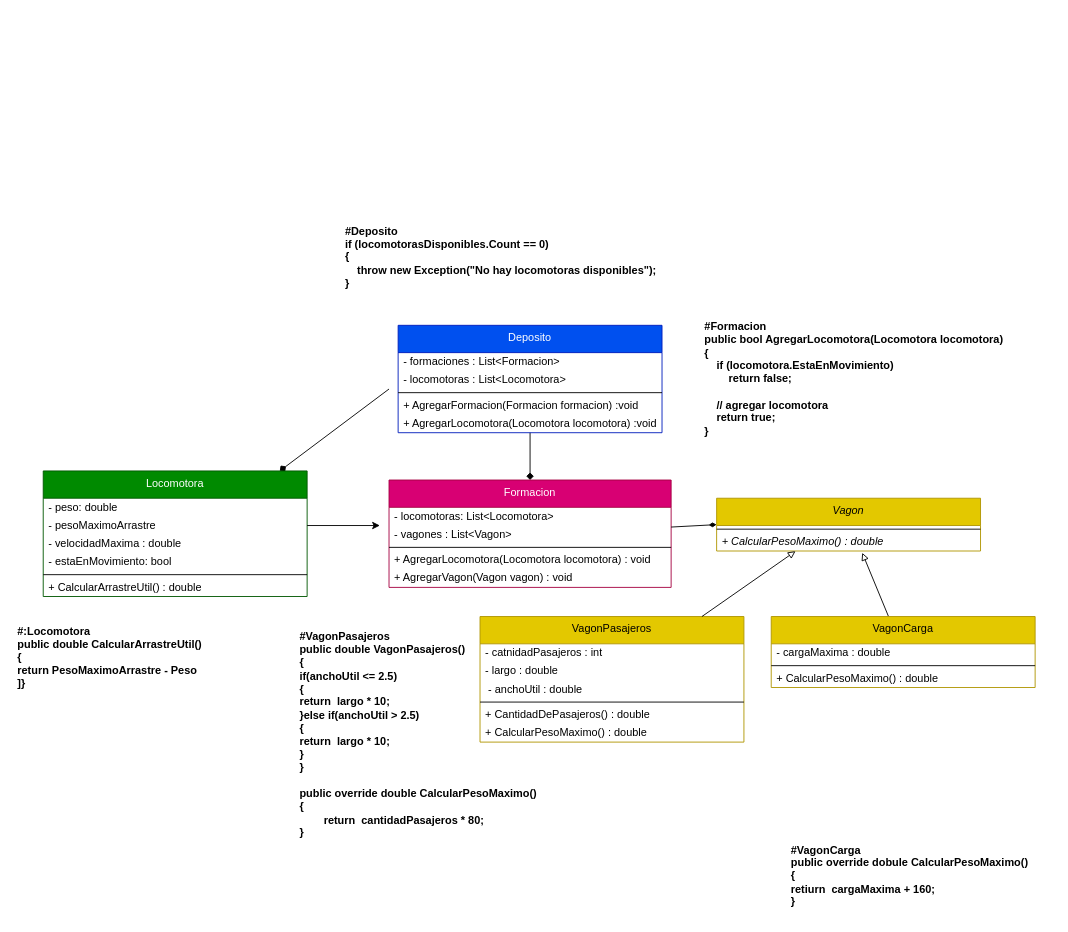
This is clase_06/trenes.dio from EdgarSteinberg/programacion-2-repaso, a draw.io file, before an edit. Source tidied: cells renumbered, new cells numbered last; positions are measured from the earlier drawing's top-left corner, leaving out a move shared by most shapes. Both pictures are drawn from the tidied source at 91%, with x=0, y=0 at pixel (15, 216).
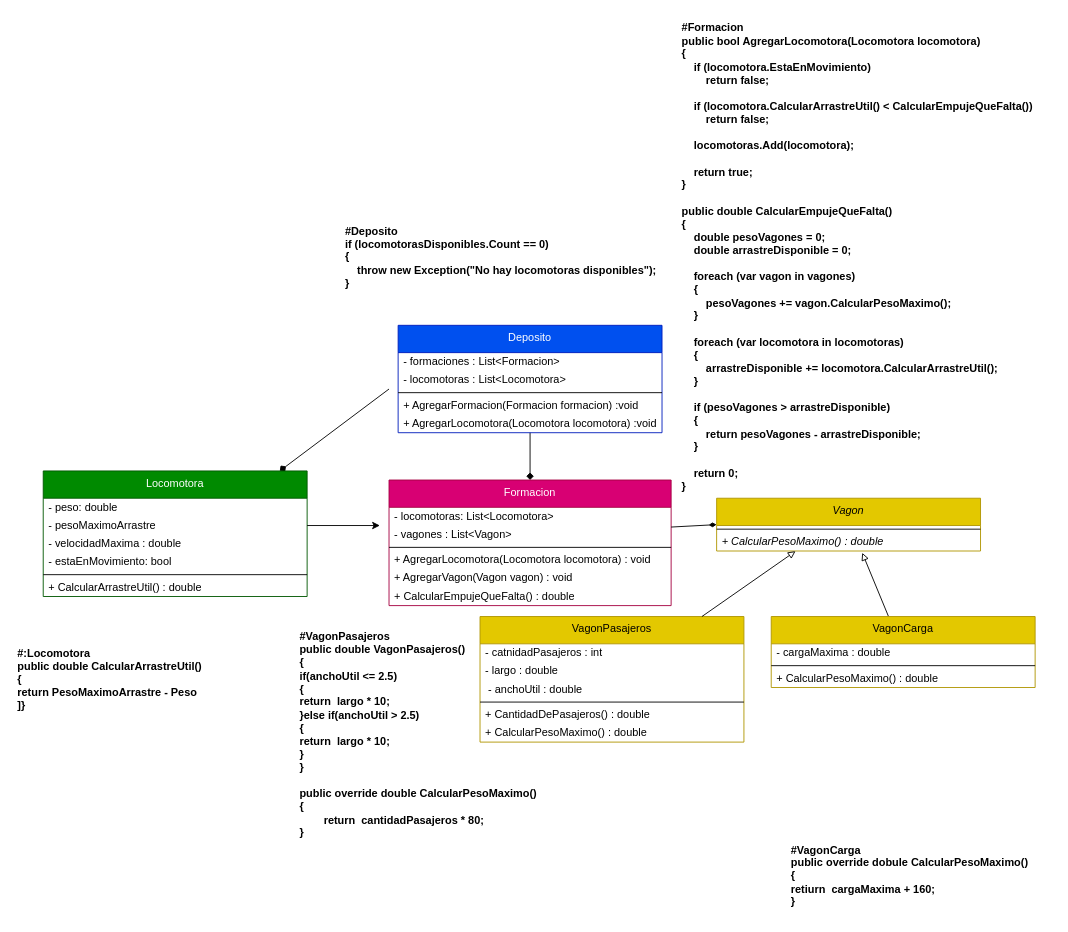
After the change.

Commit message:
Anadiendo metodos al diagrama de clase

Unchanged cells that the change refers to:
```xml
<mxCell id="16" value="Locomotora" style="swimlane;fontStyle=0;align=center;verticalAlign=top;horizontal=1;startSize=30;html=1;whiteSpace=wrap;fillColor=#008a00;fontColor=#ffffff;strokeColor=#005700;" parent="1" vertex="1">
  <mxGeometry x="30" y="280" width="290" height="138" as="geometry" />
</mxCell>
```

Diff of the diagram source:
```diff
@@
     <mxCell id="10" value="Formacion" style="swimlane;fontStyle=0;align=center;verticalAlign=top;horizontal=1;startSize=30;html=1;whiteSpace=wrap;fillColor=#d80073;strokeColor=#A50040;fontColor=#ffffff;" parent="1" vertex="1">
-      <mxGeometry x="410" y="290" width="310" height="118" as="geometry" />
+      <mxGeometry x="410" y="290" width="310" height="138" as="geometry" />
     </mxCell>
@@
+    <mxCell id="23" value="+ CalcularEmpujeQueFalta() : double" style="text;html=1;strokeColor=none;fillColor=none;align=left;verticalAlign=middle;spacingLeft=4;spacingRight=4;overflow=hidden;whiteSpace=wrap;" parent="10" vertex="1">
+      <mxGeometry y="118" width="310" height="20" as="geometry" />
+    </mxCell>
@@
-    <mxCell id="23" value="+ CalcularArrastreUtil() : double" style="text;html=1;strokeColor=none;fillColor=none;align=left;verticalAlign=middle;spacingLeft=4;spacingRight=4;overflow=hidden;whiteSpace=wrap;" parent="16" vertex="1">
-      <mxGeometry y="118" width="290" height="20" as="geometry" />
-    </mxCell>
+    <mxCell id="46" value="+ CalcularArrastreUtil() : double" style="text;html=1;strokeColor=none;fillColor=none;align=left;verticalAlign=middle;spacingLeft=4;spacingRight=4;overflow=hidden;whiteSpace=wrap;" parent="16" vertex="1">
+      <mxGeometry y="118" width="290" height="20" as="geometry" />
+    </mxCell>
@@
-    <mxCell id="43" value="&lt;b&gt;#Formacion&lt;/b&gt;&lt;div&gt;&lt;div&gt;&lt;b&gt;public bool AgregarLocomotora(Locomotora locomotora)&lt;/b&gt;&lt;/div&gt;&lt;div&gt;&lt;b&gt;{&lt;/b&gt;&lt;/div&gt;&lt;div&gt;&lt;b&gt;&amp;nbsp; &amp;nbsp; if (locomotora.EstaEnMovimiento)&lt;/b&gt;&lt;/div&gt;&lt;div&gt;&lt;b&gt;&amp;nbsp; &amp;nbsp; &amp;nbsp; &amp;nbsp; return false;&lt;/b&gt;&lt;/div&gt;&lt;div&gt;&lt;b&gt;&lt;br&gt;&lt;/b&gt;&lt;/div&gt;&lt;div&gt;&lt;b&gt;&amp;nbsp; &amp;nbsp; // agregar locomotora&lt;/b&gt;&lt;/div&gt;&lt;div&gt;&lt;b&gt;&amp;nbsp; &amp;nbsp; return true;&lt;/b&gt;&lt;/div&gt;&lt;div&gt;&lt;b&gt;}&lt;/b&gt;&lt;/div&gt;&lt;/div&gt;" style="text;html=1;align=left;verticalAlign=middle;strokeColor=none;fillColor=none;" parent="1" vertex="1">
-      <mxGeometry x="755" y="109" width="350" height="140" as="geometry" />
+    <mxCell id="43" value="&lt;b&gt;#Formacion&lt;/b&gt;&lt;div&gt;&lt;div&gt;&lt;div&gt;&lt;b&gt;public bool AgregarLocomotora(Locomotora locomotora)&lt;/b&gt;&lt;/div&gt;&lt;div&gt;&lt;b&gt;{&lt;/b&gt;&lt;/div&gt;&lt;div&gt;&lt;b&gt;&amp;nbsp; &amp;nbsp; if (locomotora.EstaEnMovimiento)&lt;/b&gt;&lt;/div&gt;&lt;div&gt;&lt;b&gt;&amp;nbsp; &amp;nbsp; &amp;nbsp; &amp;nbsp; return false;&lt;/b&gt;&lt;/div&gt;&lt;div&gt;&lt;b&gt;&lt;br&gt;&lt;/b&gt;&lt;/div&gt;&lt;div&gt;&lt;b&gt;&amp;nbsp; &amp;nbsp; if (locomotora.CalcularArrastreUtil() &amp;lt; CalcularEmpujeQueFalta())&lt;/b&gt;&lt;/div&gt;&lt;div&gt;&lt;b&gt;&amp;nbsp; &amp;nbsp; &amp;nbsp; &amp;nbsp; return false;&lt;/b&gt;&lt;/div&gt;&lt;div&gt;&lt;b&gt;&lt;br&gt;&lt;/b&gt;&lt;/div&gt;&lt;div&gt;&lt;b&gt;&amp;nbsp; &amp;nbsp; locomotoras.Add(locomotora);&lt;/b&gt;&lt;/div&gt;&lt;div&gt;&lt;b&gt;&lt;br&gt;&lt;/b&gt;&lt;/div&gt;&lt;div&gt;&lt;b&gt;&amp;nbsp; &amp;nbsp; return true;&lt;/b&gt;&lt;/div&gt;&lt;div&gt;&lt;b&gt;}&lt;/b&gt;&lt;/div&gt;&lt;/div&gt;&lt;/div&gt;&lt;div&gt;&lt;b&gt;&lt;br&gt;&lt;/b&gt;&lt;/div&gt;&lt;div&gt;&lt;div&gt;&lt;b&gt;public double CalcularEmpujeQueFalta()&lt;/b&gt;&lt;/div&gt;&lt;div&gt;&lt;b&gt;{&lt;/b&gt;&lt;/div&gt;&lt;div&gt;&lt;b&gt;&amp;nbsp; &amp;nbsp; double pesoVagones = 0;&lt;/b&gt;&lt;/div&gt;&lt;div&gt;&lt;b&gt;&amp;nbsp; &amp;nbsp; double arrastreDisponible = 0;&lt;/b&gt;&lt;/div&gt;&lt;div&gt;&lt;b&gt;&lt;br&gt;&lt;/b&gt;&lt;/div&gt;&lt;div&gt;&lt;b&gt;&amp;nbsp; &amp;nbsp; foreach (var vagon in vagones)&lt;/b&gt;&lt;/div&gt;&lt;div&gt;&lt;b&gt;&amp;nbsp; &amp;nbsp; {&lt;/b&gt;&lt;/div&gt;&lt;div&gt;&lt;b&gt;&amp;nbsp; &amp;nbsp; &amp;nbsp; &amp;nbsp; pesoVagones += vagon.CalcularPesoMaximo();&lt;/b&gt;&lt;/div&gt;&lt;div&gt;&lt;b&gt;&amp;nbsp; &amp;nbsp; }&lt;/b&gt;&lt;/div&gt;&lt;div&gt;&lt;b&gt;&lt;br&gt;&lt;/b&gt;&lt;/div&gt;&lt;div&gt;&lt;b&gt;&amp;nbsp; &amp;nbsp; foreach (var locomotora in locomotoras)&lt;/b&gt;&lt;/div&gt;&lt;div&gt;&lt;b&gt;&amp;nbsp; &amp;nbsp; {&lt;/b&gt;&lt;/div&gt;&lt;div&gt;&lt;b&gt;&amp;nbsp; &amp;nbsp; &amp;nbsp; &amp;nbsp; arrastreDisponible += locomotora.CalcularArrastreUtil();&lt;/b&gt;&lt;/div&gt;&lt;div&gt;&lt;b&gt;&amp;nbsp; &amp;nbsp; }&lt;/b&gt;&lt;/div&gt;&lt;div&gt;&lt;b&gt;&lt;br&gt;&lt;/b&gt;&lt;/div&gt;&lt;div&gt;&lt;b&gt;&amp;nbsp; &amp;nbsp; if (pesoVagones &amp;gt; arrastreDisponible)&lt;/b&gt;&lt;/div&gt;&lt;div&gt;&lt;b&gt;&amp;nbsp; &amp;nbsp; {&lt;/b&gt;&lt;/div&gt;&lt;div&gt;&lt;b&gt;&amp;nbsp; &amp;nbsp; &amp;nbsp; &amp;nbsp; return pesoVagones - arrastreDisponible;&lt;/b&gt;&lt;/div&gt;&lt;div&gt;&lt;b&gt;&amp;nbsp; &amp;nbsp; }&lt;/b&gt;&lt;/div&gt;&lt;div&gt;&lt;b&gt;&lt;br&gt;&lt;/b&gt;&lt;/div&gt;&lt;div&gt;&lt;b&gt;&amp;nbsp; &amp;nbsp; return 0;&lt;/b&gt;&lt;/div&gt;&lt;div&gt;&lt;b&gt;}&lt;/b&gt;&lt;/div&gt;&lt;/div&gt;" style="text;html=1;align=left;verticalAlign=middle;strokeColor=none;fillColor=none;" parent="1" vertex="1">
+      <mxGeometry x="730" y="-220" width="410" height="530" as="geometry" />
     </mxCell>
@@
     <mxCell id="45" value="&lt;b&gt;#:Locomotora&lt;/b&gt;&lt;div&gt;&lt;b&gt;public double CalcularArrastreUtil()&lt;/b&gt;&lt;/div&gt;&lt;div&gt;&lt;b&gt;{&lt;/b&gt;&lt;/div&gt;&lt;div&gt;&lt;b&gt;return PesoMaximoArrastre - Peso&lt;/b&gt;&lt;/div&gt;&lt;div&gt;&lt;b&gt;]}&lt;/b&gt;&lt;/div&gt;" style="text;html=1;align=left;verticalAlign=middle;strokeColor=none;fillColor=none;" parent="1" vertex="1">
-      <mxGeometry y="440" width="230" height="90" as="geometry" />
+      <mxGeometry y="464" width="230" height="90" as="geometry" />
     </mxCell>
```
